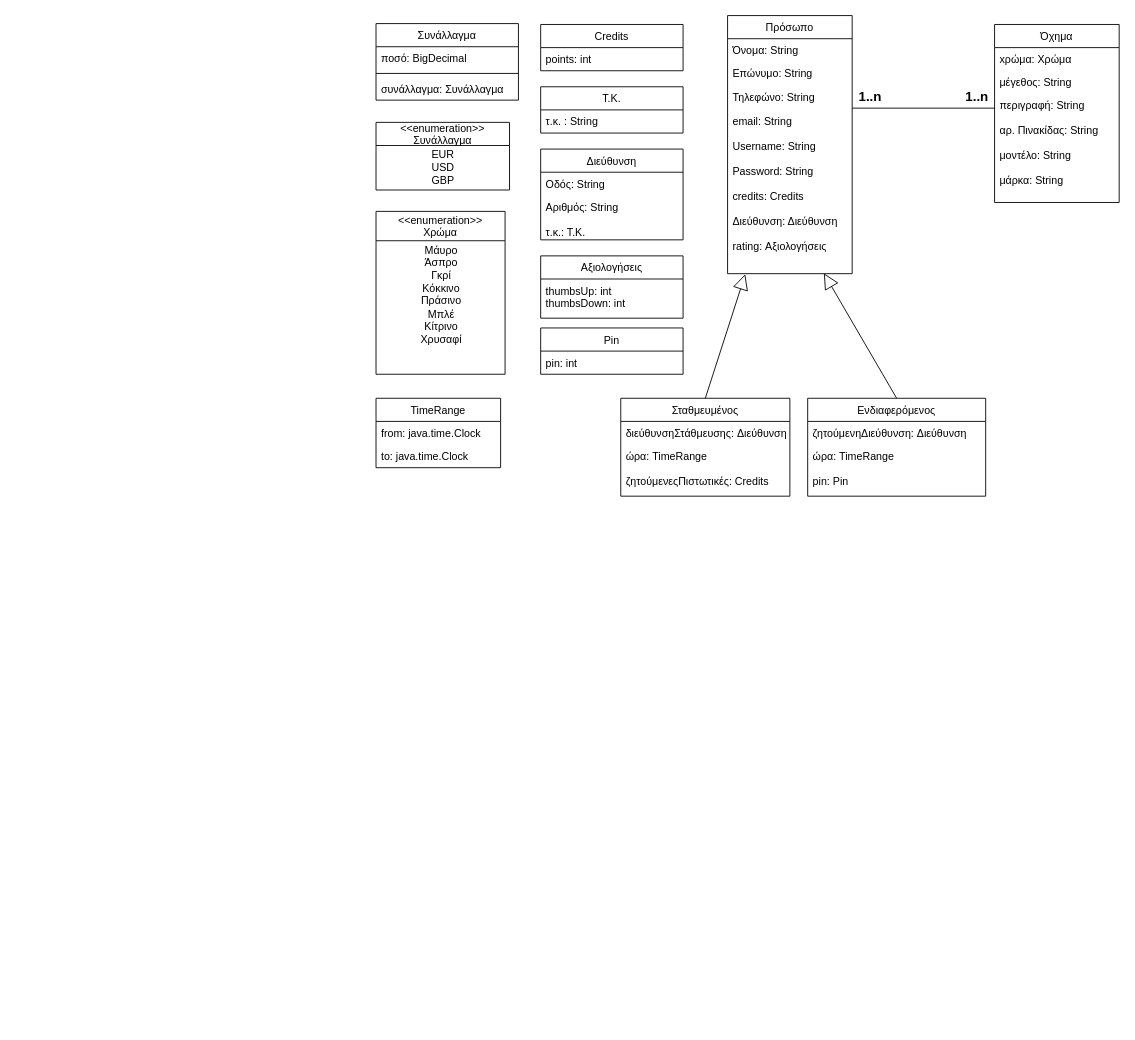
ntinouldinho/Parking-App keeps this draw.io diagram as requirements/DRAWIO files/classDiagram.drawio. Above is the earlier version. Source tidied: cells renumbered, new cells numbered last; positions are measured from the earlier drawing's top-left corner, leaving out a move shared by most shapes. Both pictures are drawn from the tidied source at 89%, with x=0, y=0 at pixel (376, 15).
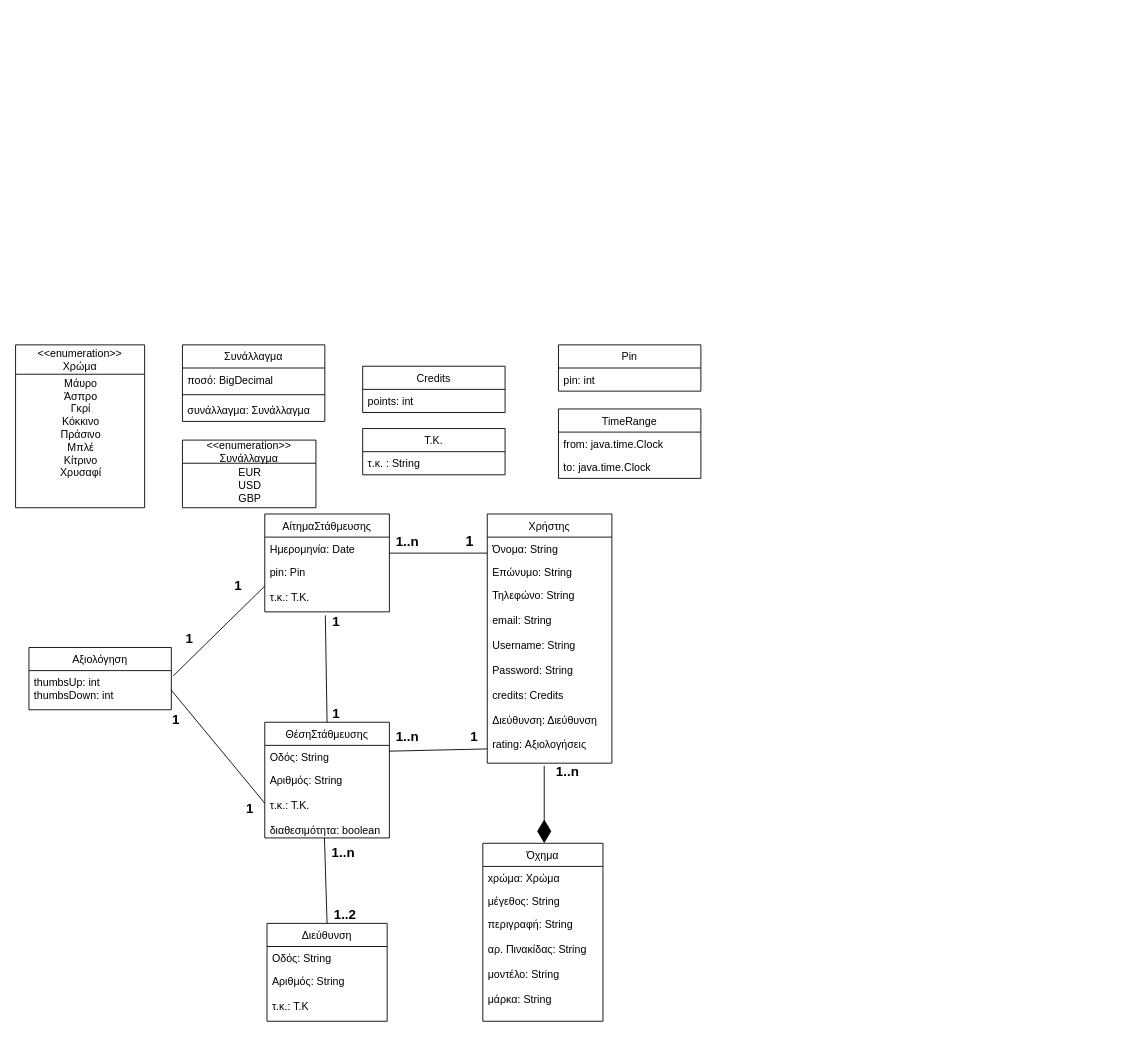
Above is the later version.

Change to the diagram source:
```diff
@@
+    <mxCell id="11" value="&lt;b&gt;&lt;font style=&quot;font-size: 15px&quot;&gt;1..n&lt;/font&gt;&lt;/b&gt;" style="text;html=1;align=center;verticalAlign=middle;" parent="1" vertex="1">
+      <mxGeometry x="195" y="839" width="40" height="20" as="geometry" />
+    </mxCell>
+    <mxCell id="43" value="&lt;b&gt;&lt;font style=&quot;font-size: 15px&quot;&gt;1..2&lt;/font&gt;&lt;/b&gt;" style="text;html=1;align=center;verticalAlign=middle;" parent="1" vertex="1">
+      <mxGeometry x="-55" y="1000" width="40" height="20" as="geometry" />
+    </mxCell>
+    <mxCell id="44" value="&lt;b&gt;&lt;font style=&quot;font-size: 15px&quot;&gt;1..n&lt;/font&gt;&lt;/b&gt;" style="text;html=1;align=center;verticalAlign=middle;" parent="1" vertex="1">
+      <mxGeometry x="-57.5" y="930" width="40" height="20" as="geometry" />
+    </mxCell>
+    <mxCell id="45" style="endArrow=diamondThin;endFill=1;endSize=24;html=1;exitX=0.457;exitY=1.015;exitDx=0;exitDy=0;exitPerimeter=0;" parent="1" edge="1" source="5">
+      <mxGeometry relative="1" as="geometry">
+        <mxPoint x="189" y="930" as="targetPoint" />
+      </mxGeometry>
+    </mxCell>
+    <mxCell id="46" style="endArrow=none;html=1;exitX=1;exitY=0.25;exitDx=0;exitDy=0;" parent="1" edge="1" source="61">
+      <mxGeometry relative="1" as="geometry">
+        <mxPoint x="125" y="824" as="targetPoint" />
+      </mxGeometry>
+    </mxCell>
+    <mxCell id="47" value="&lt;b&gt;&lt;font style=&quot;font-size: 15px&quot;&gt;1..n&lt;/font&gt;&lt;/b&gt;" style="text;html=1;align=center;verticalAlign=middle;" parent="1" vertex="1">
+      <mxGeometry x="15" y="800" width="40" height="20" as="geometry" />
+    </mxCell>
+    <mxCell id="48" value="&lt;b&gt;&lt;font style=&quot;font-size: 15px&quot;&gt;1&lt;/font&gt;&lt;/b&gt;" style="text;html=1;align=center;verticalAlign=middle;" parent="1" vertex="1">
+      <mxGeometry x="100" y="800" width="20" height="20" as="geometry" />
+    </mxCell>
+    <mxCell id="49" style="line;strokeWidth=1;fillColor=none;align=left;verticalAlign=middle;spacingTop=-1;spacingLeft=3;spacingRight=3;labelPosition=right;" parent="1" vertex="1">
+      <mxGeometry x="15" y="600" width="110" height="8" as="geometry" />
+    </mxCell>
+    <mxCell id="50" style="endArrow=none;html=1;entryX=0.486;entryY=1.069;entryDx=0;entryDy=0;entryPerimeter=0;exitX=0.5;exitY=0;exitDx=0;exitDy=0;" parent="1" edge="1" source="61" target="60">
+      <mxGeometry relative="1" as="geometry" />
+    </mxCell>
+    <mxCell id="51" style="endArrow=none;html=1;exitX=0.5;exitY=0;exitDx=0;exitDy=0;entryX=0.479;entryY=1;entryDx=0;entryDy=0;entryPerimeter=0;" parent="1" edge="1" source="25" target="63">
+      <mxGeometry relative="1" as="geometry" />
+    </mxCell>
+    <mxCell id="52" value="&lt;b&gt;&lt;font style=&quot;font-size: 15px&quot;&gt;1..n&lt;/font&gt;&lt;/b&gt;" style="text;html=1;align=center;verticalAlign=middle;" parent="1" vertex="1">
+      <mxGeometry x="15" y="580" width="40" height="20" as="geometry" />
+    </mxCell>
+    <mxCell id="53" value="&lt;b&gt;&lt;font style=&quot;font-size: 16px&quot;&gt;1&lt;/font&gt;&lt;/b&gt;" style="text;html=1;align=center;verticalAlign=middle;" parent="1" vertex="1">
+      <mxGeometry x="95" y="580" width="20" height="20" as="geometry" />
+    </mxCell>
+    <mxCell id="54" value="&lt;b&gt;&lt;font style=&quot;font-size: 15px&quot;&gt;1&lt;/font&gt;&lt;/b&gt;" style="text;html=1;align=center;verticalAlign=middle;" parent="1" vertex="1">
+      <mxGeometry x="-55" y="774" width="20" height="20" as="geometry" />
+    </mxCell>
+    <mxCell id="55" value="&lt;b&gt;&lt;font style=&quot;font-size: 15px&quot;&gt;1&lt;/font&gt;&lt;/b&gt;" style="text;html=1;align=center;verticalAlign=middle;" parent="1" vertex="1">
+      <mxGeometry x="-55" y="670" width="20" height="20" as="geometry" />
+    </mxCell>
+    <mxCell id="56" style="endArrow=none;html=1;entryX=0;entryY=0.5;entryDx=0;entryDy=0;exitX=1.013;exitY=0.136;exitDx=0;exitDy=0;exitPerimeter=0;" parent="1" edge="1" source="32" target="60">
+      <mxGeometry relative="1" as="geometry" />
+    </mxCell>
+    <mxCell id="57" style="endArrow=none;html=1;entryX=0;entryY=0.5;entryDx=0;entryDy=0;exitX=1;exitY=0.5;exitDx=0;exitDy=0;" parent="1" edge="1" source="32" target="63">
+      <mxGeometry relative="1" as="geometry" />
+    </mxCell>
+    <mxCell id="33" value="Pin" style="swimlane;fontStyle=0;horizontal=1;startSize=26;fillColor=none;" parent="1" vertex="1">
+      <mxGeometry x="205" y="370" width="160" height="52" as="geometry" />
+    </mxCell>
+    <mxCell id="34" value="pin: int" style="text;strokeColor=none;fillColor=none;align=left;verticalAlign=top;spacingLeft=4;spacingRight=4;overflow=hidden;" parent="33" vertex="1">
+      <mxGeometry y="26" width="160" height="26" as="geometry" />
+    </mxCell>
+    <mxCell id="28" value="TimeRange" style="swimlane;fontStyle=0;horizontal=1;startSize=26;fillColor=none;" parent="1" vertex="1">
+      <mxGeometry x="205" y="442" width="160" height="78" as="geometry" />
+    </mxCell>
+    <mxCell id="29" value="from: java.time.Clock" style="text;strokeColor=none;fillColor=none;align=left;verticalAlign=top;spacingLeft=4;spacingRight=4;overflow=hidden;" parent="28" vertex="1">
+      <mxGeometry y="26" width="160" height="26" as="geometry" />
+    </mxCell>
+    <mxCell id="30" value="to: java.time.Clock" style="text;strokeColor=none;fillColor=none;align=left;verticalAlign=top;spacingLeft=4;spacingRight=4;overflow=hidden;" parent="28" vertex="1">
+      <mxGeometry y="52" width="160" height="26" as="geometry" />
+    </mxCell>
+    <mxCell id="21" value="Credits" style="swimlane;fontStyle=0;align=center;verticalAlign=top;horizontal=1;startSize=26;" parent="1" vertex="1">
+      <mxGeometry x="-15" y="394" width="160" height="52" as="geometry" />
+    </mxCell>
+    <mxCell id="22" value="points: int" style="text;strokeColor=none;fillColor=none;align=left;verticalAlign=top;spacingLeft=4;spacingRight=4;overflow=hidden;" parent="21" vertex="1">
+      <mxGeometry y="26" width="160" height="26" as="geometry" />
+    </mxCell>
+    <mxCell id="23" value="Τ.Κ." style="swimlane;fontStyle=0;horizontal=1;startSize=26;fillColor=none;" parent="1" vertex="1">
+      <mxGeometry x="-15" y="464" width="160" height="52" as="geometry" />
+    </mxCell>
+    <mxCell id="24" value="τ.κ. : String" style="text;strokeColor=none;fillColor=none;align=left;verticalAlign=top;spacingLeft=4;spacingRight=4;overflow=hidden;" parent="23" vertex="1">
+      <mxGeometry y="26" width="160" height="26" as="geometry" />
+    </mxCell>
+    <mxCell id="58" value="ΑίτημαΣτάθμευσης" style="swimlane;fontStyle=0;horizontal=1;startSize=26;fillColor=none;" parent="1" vertex="1">
+      <mxGeometry x="-125" y="560" width="140" height="110" as="geometry" />
+    </mxCell>
+    <mxCell id="59" value="Ημερομηνία: Date" style="text;strokeColor=none;fillColor=none;align=left;verticalAlign=top;spacingLeft=4;spacingRight=4;overflow=hidden;" parent="58" vertex="1">
+      <mxGeometry y="26" width="140" height="26" as="geometry" />
+    </mxCell>
+    <mxCell id="60" value="pin: Pin&#10;&#10;τ.κ.: Τ.Κ.&#10;" style="text;strokeColor=none;fillColor=none;align=left;verticalAlign=top;spacingLeft=4;spacingRight=4;overflow=hidden;points=[[0,0.5],[1,0.5]];portConstraint=eastwest;" parent="58" vertex="1">
+      <mxGeometry y="52" width="140" height="58" as="geometry" />
+    </mxCell>
-    <mxCell id="2" value="Πρόσωπο" style="swimlane;fontStyle=0;horizontal=1;startSize=26;fillColor=none;" parent="1" vertex="1">
-      <mxGeometry x="395" width="140" height="290" as="geometry" />
+    <mxCell id="2" value="Χρήστης" style="swimlane;fontStyle=0;horizontal=1;startSize=26;fillColor=none;" parent="1" vertex="1">
+      <mxGeometry x="125" y="560" width="140" height="280" as="geometry" />
     </mxCell>
@@
     <mxCell id="5" value="Τηλεφώνο: String&#10;&#10;email: String&#10;&#10;Username: String&#10;&#10;Password: String&#10;&#10;credits: Credits&#10;&#10;Διεύθυνση: Διεύθυνση&#10;&#10;rating: Αξιολογήσεις&#10; &#10;" style="text;strokeColor=none;fillColor=none;align=left;verticalAlign=top;spacingLeft=4;spacingRight=4;overflow=hidden;points=[[0,0.5],[1,0.5]];portConstraint=eastwest;" parent="2" vertex="1">
-      <mxGeometry y="78" width="140" height="212" as="geometry" />
+      <mxGeometry y="78" width="140" height="202" as="geometry" />
     </mxCell>
-    <mxCell id="6" style="line;strokeWidth=1;fillColor=none;align=left;verticalAlign=middle;spacingTop=-1;spacingLeft=3;spacingRight=3;labelPosition=right;" parent="1" vertex="1">
-      <mxGeometry x="535" y="100" width="160" height="8" as="geometry" />
-    </mxCell>
+    <mxCell id="61" value="ΘέσηΣτάθμευσης" style="swimlane;fontStyle=0;horizontal=1;startSize=26;fillColor=none;" parent="1" vertex="1">
+      <mxGeometry x="-125" y="794" width="140" height="130" as="geometry" />
+    </mxCell>
+    <mxCell id="62" value="Οδός: String" style="text;strokeColor=none;fillColor=none;align=left;verticalAlign=top;spacingLeft=4;spacingRight=4;overflow=hidden;" parent="61" vertex="1">
+      <mxGeometry y="26" width="140" height="26" as="geometry" />
+    </mxCell>
+    <mxCell id="63" value="Αριθμός: String&#10;&#10;τ.κ.: Τ.Κ.&#10;&#10;διαθεσιμότητα: boolean&#10;" style="text;strokeColor=none;fillColor=none;align=left;verticalAlign=top;spacingLeft=4;spacingRight=4;overflow=hidden;points=[[0,0.5],[1,0.5]];portConstraint=eastwest;" parent="61" vertex="1">
+      <mxGeometry y="52" width="140" height="78" as="geometry" />
+    </mxCell>
+    <mxCell id="31" value="Αξιολόγηση" style="swimlane;fontStyle=0;horizontal=1;startSize=26;fillColor=none;" parent="1" vertex="1">
+      <mxGeometry x="-390" y="710" width="160" height="70" as="geometry" />
+    </mxCell>
+    <mxCell id="32" value="thumbsUp: int&#10;thumbsDown: int" style="text;strokeColor=none;fillColor=none;align=left;verticalAlign=top;spacingLeft=4;spacingRight=4;overflow=hidden;points=[[0,0.5],[1,0.5]];portConstraint=eastwest;" parent="31" vertex="1">
+      <mxGeometry y="26" width="160" height="44" as="geometry" />
+    </mxCell>
+    <mxCell id="25" value="Διεύθυνση" style="swimlane;fontStyle=0;horizontal=1;startSize=26;fillColor=none;" parent="1" vertex="1">
+      <mxGeometry x="-122.5" y="1020" width="135" height="110" as="geometry" />
+    </mxCell>
+    <mxCell id="26" value="Οδός: String" style="text;strokeColor=none;fillColor=none;align=left;verticalAlign=top;spacingLeft=4;spacingRight=4;overflow=hidden;" parent="25" vertex="1">
+      <mxGeometry y="26" width="135" height="26" as="geometry" />
+    </mxCell>
+    <mxCell id="27" value="Αριθμός: String&#10;&#10;τ.κ.: Τ.Κ&#10;" style="text;strokeColor=none;fillColor=none;align=left;verticalAlign=top;spacingLeft=4;spacingRight=4;overflow=hidden;" parent="25" vertex="1">
+      <mxGeometry y="52" width="135" height="58" as="geometry" />
+    </mxCell>
+    <mxCell id="15" value="&lt;&lt;enumeration&gt;&gt;&#10;Χρώμα" style="swimlane;fontStyle=0;horizontal=1;startSize=33;fillColor=none;" parent="1" vertex="1">
+      <mxGeometry x="-405" y="370" width="145" height="183" as="geometry" />
+    </mxCell>
+    <mxCell id="16" value="Μάυρο&lt;br&gt;Άσπρο&lt;br&gt;Γκρί&lt;br&gt;Κόκκινο&lt;br&gt;Πράσινο&lt;br&gt;Μπλέ&lt;br&gt;Κίτρινο&lt;br&gt;Χρυσαφί&lt;br&gt;&lt;br&gt;&lt;br&gt;" style="text;html=1;align=center;verticalAlign=middle;" parent="15" vertex="1">
+      <mxGeometry y="33" width="145" height="150" as="geometry" />
+    </mxCell>
     <mxCell id="7" value="Όχημα" style="swimlane;fontStyle=0;horizontal=1;startSize=26;fillColor=none;" parent="1" vertex="1">
-      <mxGeometry x="695" y="10" width="140" height="200" as="geometry" />
+      <mxGeometry x="120" y="930" width="135" height="200" as="geometry" />
     </mxCell>
     <mxCell id="8" value="xρώμα: Χρώμα" style="text;strokeColor=none;fillColor=none;align=left;verticalAlign=top;spacingLeft=4;spacingRight=4;overflow=hidden;" parent="7" vertex="1">
-      <mxGeometry y="26" width="140" height="26" as="geometry" />
+      <mxGeometry y="26" width="135" height="26" as="geometry" />
     </mxCell>
     <mxCell id="9" value="μέγεθος: String" style="text;strokeColor=none;fillColor=none;align=left;verticalAlign=top;spacingLeft=4;spacingRight=4;overflow=hidden;" parent="7" vertex="1">
-      <mxGeometry y="52" width="140" height="26" as="geometry" />
+      <mxGeometry y="52" width="135" height="26" as="geometry" />
     </mxCell>
     <mxCell id="10" value="περιγραφή: String&#10;&#10;αρ. Πινακίδας: String&#10;&#10;μοντέλο: String&#10;&#10;μάρκα: String&#10;" style="text;strokeColor=none;fillColor=none;align=left;verticalAlign=top;spacingLeft=4;spacingRight=4;overflow=hidden;" parent="7" vertex="1">
-      <mxGeometry y="78" width="140" height="122" as="geometry" />
+      <mxGeometry y="78" width="135" height="122" as="geometry" />
     </mxCell>
-    <mxCell id="11" value="&lt;b&gt;&lt;font style=&quot;font-size: 15px&quot;&gt;1..n&lt;/font&gt;&lt;/b&gt;" style="text;html=1;align=center;verticalAlign=middle;" parent="1" vertex="1">
-      <mxGeometry x="535" y="80" width="40" height="20" as="geometry" />
-    </mxCell>
-    <mxCell id="12" value="&lt;b&gt;&lt;font style=&quot;font-size: 15px&quot;&gt;1..n&lt;/font&gt;&lt;/b&gt;" style="text;html=1;align=center;verticalAlign=middle;" parent="1" vertex="1">
-      <mxGeometry x="655" y="80" width="40" height="20" as="geometry" />
-    </mxCell>
     <mxCell id="13" value="&lt;&lt;enumeration&gt;&gt;&#10;Συνάλλαγμα" style="swimlane;fontStyle=0;horizontal=1;startSize=26;fillColor=none;" parent="1" vertex="1">
-      <mxGeometry y="120" width="150" height="76" as="geometry" />
+      <mxGeometry x="-217.5" y="477" width="150" height="76" as="geometry" />
     </mxCell>
@@
-    <mxCell id="15" value="&lt;&lt;enumeration&gt;&gt;&#10;Χρώμα" style="swimlane;fontStyle=0;horizontal=1;startSize=33;fillColor=none;" parent="1" vertex="1">
-      <mxGeometry y="220" width="145" height="183" as="geometry" />
-    </mxCell>
-    <mxCell id="16" value="Μάυρο&lt;br&gt;Άσπρο&lt;br&gt;Γκρί&lt;br&gt;Κόκκινο&lt;br&gt;Πράσινο&lt;br&gt;Μπλέ&lt;br&gt;Κίτρινο&lt;br&gt;Χρυσαφί&lt;br&gt;&lt;br&gt;&lt;br&gt;" style="text;html=1;align=center;verticalAlign=middle;" parent="15" vertex="1">
-      <mxGeometry y="33" width="145" height="150" as="geometry" />
-    </mxCell>
     <mxCell id="17" value="Συνάλλαγμα" style="swimlane;fontStyle=0;align=center;verticalAlign=top;horizontal=1;startSize=26;" parent="1" vertex="1">
-      <mxGeometry y="9" width="160" height="86" as="geometry" />
+      <mxGeometry x="-217.5" y="370" width="160" height="86" as="geometry" />
     </mxCell>
@@
-    <mxCell id="21" value="Credits" style="swimlane;fontStyle=0;align=center;verticalAlign=top;horizontal=1;startSize=26;" parent="1" vertex="1">
-      <mxGeometry x="185" y="10" width="160" height="52" as="geometry" />
-    </mxCell>
-    <mxCell id="22" value="points: int" style="text;strokeColor=none;fillColor=none;align=left;verticalAlign=top;spacingLeft=4;spacingRight=4;overflow=hidden;" parent="21" vertex="1">
-      <mxGeometry y="26" width="160" height="26" as="geometry" />
-    </mxCell>
-    <mxCell id="23" value="Τ.Κ." style="swimlane;fontStyle=0;horizontal=1;startSize=26;fillColor=none;" parent="1" vertex="1">
-      <mxGeometry x="185" y="80" width="160" height="52" as="geometry" />
-    </mxCell>
-    <mxCell id="24" value="τ.κ. : String" style="text;strokeColor=none;fillColor=none;align=left;verticalAlign=top;spacingLeft=4;spacingRight=4;overflow=hidden;" parent="23" vertex="1">
-      <mxGeometry y="26" width="160" height="26" as="geometry" />
-    </mxCell>
-    <mxCell id="25" value="Διεύθυνση" style="swimlane;fontStyle=0;horizontal=1;startSize=26;fillColor=none;" parent="1" vertex="1">
-      <mxGeometry x="185" y="150" width="160" height="102" as="geometry" />
-    </mxCell>
-    <mxCell id="26" value="Οδός: String" style="text;strokeColor=none;fillColor=none;align=left;verticalAlign=top;spacingLeft=4;spacingRight=4;overflow=hidden;" parent="25" vertex="1">
-      <mxGeometry y="26" width="160" height="26" as="geometry" />
-    </mxCell>
-    <mxCell id="27" value="Αριθμός: String&#10;&#10;τ.κ.: Τ.Κ." style="text;strokeColor=none;fillColor=none;align=left;verticalAlign=top;spacingLeft=4;spacingRight=4;overflow=hidden;" parent="25" vertex="1">
-      <mxGeometry y="52" width="160" height="50" as="geometry" />
-    </mxCell>
-    <mxCell id="28" value="TimeRange" style="swimlane;fontStyle=0;horizontal=1;startSize=26;fillColor=none;" parent="1" vertex="1">
-      <mxGeometry y="430" width="140" height="78" as="geometry" />
-    </mxCell>
-    <mxCell id="29" value="from: java.time.Clock" style="text;strokeColor=none;fillColor=none;align=left;verticalAlign=top;spacingLeft=4;spacingRight=4;overflow=hidden;" parent="28" vertex="1">
-      <mxGeometry y="26" width="140" height="26" as="geometry" />
-    </mxCell>
-    <mxCell id="30" value="to: java.time.Clock" style="text;strokeColor=none;fillColor=none;align=left;verticalAlign=top;spacingLeft=4;spacingRight=4;overflow=hidden;" parent="28" vertex="1">
-      <mxGeometry y="52" width="140" height="26" as="geometry" />
-    </mxCell>
-    <mxCell id="31" value="Αξιολογήσεις" style="swimlane;fontStyle=0;horizontal=1;startSize=26;fillColor=none;" parent="1" vertex="1">
-      <mxGeometry x="185" y="270" width="160" height="70" as="geometry" />
-    </mxCell>
-    <mxCell id="32" value="thumbsUp: int&#10;thumbsDown: int" style="text;strokeColor=none;fillColor=none;align=left;verticalAlign=top;spacingLeft=4;spacingRight=4;overflow=hidden;points=[[0,0.5],[1,0.5]];portConstraint=eastwest;" parent="31" vertex="1">
-      <mxGeometry y="26" width="160" height="44" as="geometry" />
-    </mxCell>
-    <mxCell id="33" value="Pin" style="swimlane;fontStyle=0;horizontal=1;startSize=26;fillColor=none;" parent="1" vertex="1">
-      <mxGeometry x="185" y="351" width="160" height="52" as="geometry" />
-    </mxCell>
-    <mxCell id="34" value="pin: int" style="text;strokeColor=none;fillColor=none;align=left;verticalAlign=top;spacingLeft=4;spacingRight=4;overflow=hidden;" parent="33" vertex="1">
-      <mxGeometry y="26" width="160" height="26" as="geometry" />
-    </mxCell>
-    <mxCell id="35" value="Σταθμευμένος" style="swimlane;fontStyle=0;horizontal=1;startSize=26;fillColor=none;" parent="1" vertex="1">
-      <mxGeometry x="275" y="430" width="190" height="110" as="geometry" />
-    </mxCell>
-    <mxCell id="36" value="διεύθυνσηΣτάθμευσης: Διεύθυνση&#10; " style="text;strokeColor=none;fillColor=none;align=left;verticalAlign=top;spacingLeft=4;spacingRight=4;overflow=hidden;" parent="35" vertex="1">
-      <mxGeometry y="26" width="190" height="26" as="geometry" />
-    </mxCell>
-    <mxCell id="37" value="ώρα: TimeRange&#10;&#10;ζητούμενεςΠιστωτικές: Credits&#10;  " style="text;strokeColor=none;fillColor=none;align=left;verticalAlign=top;spacingLeft=4;spacingRight=4;overflow=hidden;" parent="35" vertex="1">
-      <mxGeometry y="52" width="190" height="58" as="geometry" />
-    </mxCell>
-    <mxCell id="38" style="endArrow=block;html=1;exitX=0.5;exitY=0;exitDx=0;exitDy=0;endFill=0;endSize=15;entryX=0.142;entryY=1.003;entryDx=0;entryDy=0;entryPerimeter=0;" parent="1" edge="1" source="35" target="5">
-      <mxGeometry relative="1" as="geometry" />
-    </mxCell>
-    <mxCell id="39" style="endArrow=block;html=1;exitX=0.5;exitY=0;exitDx=0;exitDy=0;endFill=0;endSize=15;entryX=0.773;entryY=0.998;entryDx=0;entryDy=0;entryPerimeter=0;" parent="1" edge="1" source="40" target="5">
-      <mxGeometry relative="1" as="geometry" />
-    </mxCell>
-    <mxCell id="40" value="Ενδιαφερόμενος" style="swimlane;fontStyle=0;horizontal=1;startSize=26;fillColor=none;" parent="1" vertex="1">
-      <mxGeometry x="485" y="430" width="200" height="110" as="geometry" />
-    </mxCell>
-    <mxCell id="41" value="ζητούμενηΔιεύθυνση: Διεύθυνση&#10; " style="text;strokeColor=none;fillColor=none;align=left;verticalAlign=top;spacingLeft=4;spacingRight=4;overflow=hidden;" parent="40" vertex="1">
-      <mxGeometry y="26" width="200" height="26" as="geometry" />
-    </mxCell>
-    <mxCell id="42" value="ώρα: TimeRange&#10;&#10;pin: Pin&#10;  " style="text;strokeColor=none;fillColor=none;align=left;verticalAlign=top;spacingLeft=4;spacingRight=4;overflow=hidden;" parent="40" vertex="1">
-      <mxGeometry y="52" width="200" height="58" as="geometry" />
-    </mxCell>
+    <mxCell id="64" value="&lt;b&gt;&lt;font style=&quot;font-size: 15px&quot;&gt;1&lt;/font&gt;&lt;/b&gt;" style="text;html=1;align=center;verticalAlign=middle;" parent="1" vertex="1">
+      <mxGeometry x="-165" y="630" width="20" height="20" as="geometry" />
+    </mxCell>
+    <mxCell id="65" value="&lt;b&gt;&lt;font style=&quot;font-size: 15px&quot;&gt;1&lt;/font&gt;&lt;/b&gt;" style="text;html=1;align=center;verticalAlign=middle;" parent="1" vertex="1">
+      <mxGeometry x="-220" y="690" width="20" height="20" as="geometry" />
+    </mxCell>
+    <mxCell id="66" value="&lt;b&gt;&lt;font style=&quot;font-size: 15px&quot;&gt;1&lt;/font&gt;&lt;/b&gt;" style="text;html=1;align=center;verticalAlign=middle;" parent="1" vertex="1">
+      <mxGeometry x="-152.5" y="880" width="20" height="20" as="geometry" />
+    </mxCell>
+    <mxCell id="67" value="&lt;b&gt;&lt;font style=&quot;font-size: 15px&quot;&gt;1&lt;/font&gt;&lt;/b&gt;" style="text;html=1;align=center;verticalAlign=middle;" parent="1" vertex="1">
+      <mxGeometry x="-235" y="780" width="20" height="20" as="geometry" />
+    </mxCell>
```
